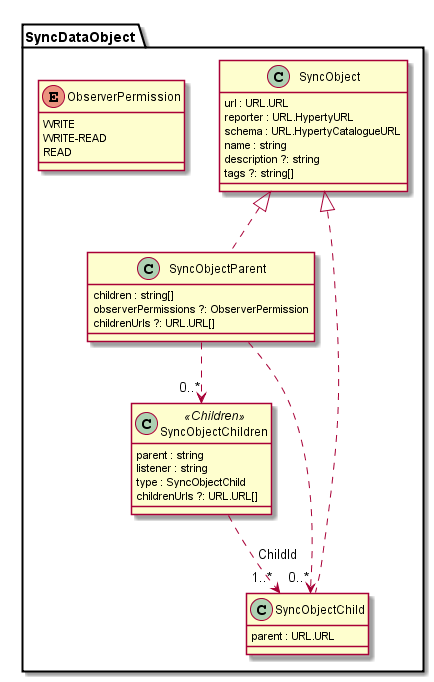
Above: docs/datamodel/data-objects/data-synch/SyncDataObject.png in reTHINK-project/dev-service-framework (PlantUML), before the change.
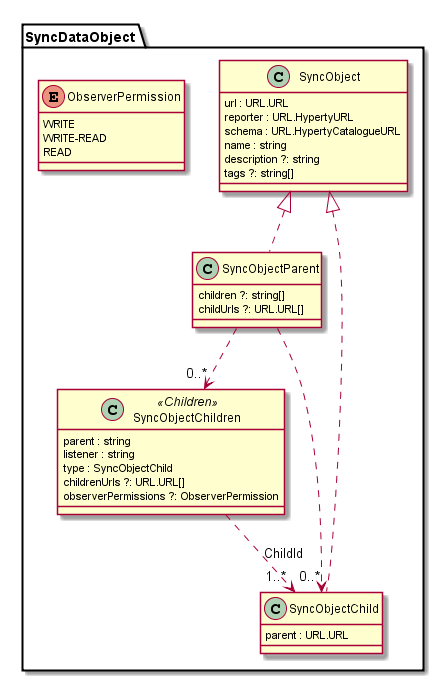
Later version of the same file.

Commit message:
Moved observerPermissions to children

What changed in the source:
```diff
@@ -12,9 +12,8 @@
 	}
 
 	class SyncObjectParent {
-		children : string[]
-		observerPermissions ?: ObserverPermission
-		childrenUrls ?: URL.URL[]
+		children ?: string[]
+		childUrls ?: URL.URL[]
 	}
 
 	class SyncObjectChildren <<Children>> {
@@ -22,6 +21,7 @@
 		listener : string
 		type : SyncObjectChild
 		childrenUrls ?: URL.URL[]
+		observerPermissions ?: ObserverPermission
 	}
 
 	class SyncObjectChild {
```
